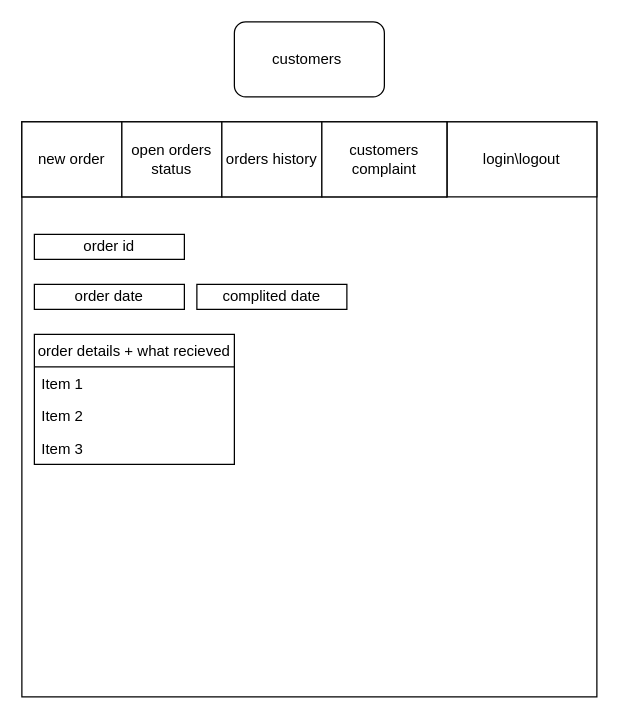
Above: page "customer: order history" (5 of 14) of Untitled Diagram.drawio in orber3/bootstrap (draw.io), before the change. Source tidied: cells renumbered, new cells numbered last; positions are measured from the earlier drawing's top-left corner, leaving out a move shared by most shapes. Both pictures are drawn from the tidied source at 125%, with x=0, y=0 at pixel (21, 21).
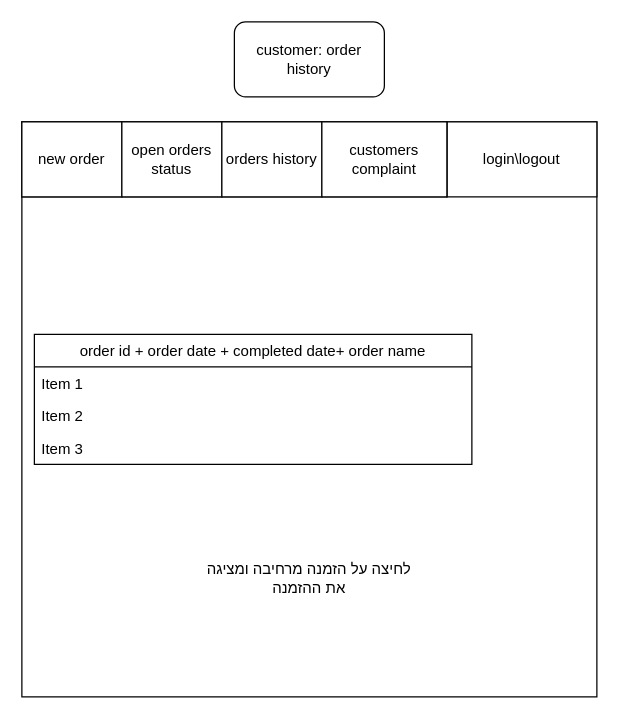
The same page after the edit.

The edit, as a diff of the source:
```diff
@@
 <mxGraphModel>
   <root>
     <mxCell id="0" />
     <mxCell id="1" parent="0" />
     <mxCell id="2" style="whiteSpace=wrap;html=1;" parent="1" vertex="1">
       <mxGeometry y="80" width="460" height="460" as="geometry" />
     </mxCell>
     <mxCell id="3" value="login\logout" style="rounded=0;whiteSpace=wrap;html=1;" parent="1" vertex="1">
       <mxGeometry x="340" y="80" width="120" height="60" as="geometry" />
     </mxCell>
     <mxCell id="4" style="rounded=0;whiteSpace=wrap;html=1;" parent="1" vertex="1">
       <mxGeometry y="80" width="340" height="60" as="geometry" />
     </mxCell>
     <mxCell id="5" value="new order" style="rounded=0;whiteSpace=wrap;html=1;" parent="1" vertex="1">
       <mxGeometry y="80" width="80" height="60" as="geometry" />
     </mxCell>
     <mxCell id="6" value="open orders status" style="rounded=0;whiteSpace=wrap;html=1;" parent="1" vertex="1">
       <mxGeometry x="80" y="80" width="80" height="60" as="geometry" />
     </mxCell>
     <mxCell id="7" value="orders history" style="rounded=0;whiteSpace=wrap;html=1;" parent="1" vertex="1">
       <mxGeometry x="160" y="80" width="80" height="60" as="geometry" />
     </mxCell>
-    <mxCell id="8" value="customers&amp;nbsp;" style="rounded=1;whiteSpace=wrap;html=1;" parent="1" vertex="1">
+    <mxCell id="8" value="customer: order history" style="rounded=1;whiteSpace=wrap;html=1;" parent="1" vertex="1">
       <mxGeometry x="170" width="120" height="60" as="geometry" />
     </mxCell>
     <mxCell id="9" value="customers complaint" style="rounded=0;whiteSpace=wrap;html=1;" parent="1" vertex="1">
       <mxGeometry x="240" y="80" width="100" height="60" as="geometry" />
     </mxCell>
-    <mxCell id="10" value="order id" style="rounded=1;whiteSpace=wrap;html=1;arcSize=0;" parent="1" vertex="1">
-      <mxGeometry x="10" y="170" width="120" height="20" as="geometry" />
-    </mxCell>
-    <mxCell id="11" value="order date" style="rounded=1;whiteSpace=wrap;html=1;arcSize=0;" parent="1" vertex="1">
-      <mxGeometry x="10" y="210" width="120" height="20" as="geometry" />
-    </mxCell>
-    <mxCell id="12" value="order details + what recieved" style="swimlane;fontStyle=0;horizontal=1;startSize=26;fillColor=none;" parent="1" vertex="1">
-      <mxGeometry x="10" y="250" width="160" height="104" as="geometry" />
+    <mxCell id="12" value="order id + order date + completed date+ order name" style="swimlane;fontStyle=0;horizontal=1;startSize=26;fillColor=none;" parent="1" vertex="1">
+      <mxGeometry x="10" y="250" width="350" height="104" as="geometry" />
     </mxCell>
     <mxCell id="13" value="Item 1" style="text;strokeColor=none;fillColor=none;align=left;verticalAlign=top;spacingLeft=4;spacingRight=4;overflow=hidden;" parent="12" vertex="1">
-      <mxGeometry y="26" width="160" height="26" as="geometry" />
+      <mxGeometry y="26" width="350" height="26" as="geometry" />
     </mxCell>
     <mxCell id="14" value="Item 2" style="text;strokeColor=none;fillColor=none;align=left;verticalAlign=top;spacingLeft=4;spacingRight=4;overflow=hidden;" parent="12" vertex="1">
-      <mxGeometry y="52" width="160" height="26" as="geometry" />
+      <mxGeometry y="52" width="350" height="26" as="geometry" />
     </mxCell>
     <mxCell id="15" value="Item 3" style="text;strokeColor=none;fillColor=none;align=left;verticalAlign=top;spacingLeft=4;spacingRight=4;overflow=hidden;" parent="12" vertex="1">
-      <mxGeometry y="78" width="160" height="26" as="geometry" />
+      <mxGeometry y="78" width="350" height="26" as="geometry" />
     </mxCell>
-    <mxCell id="16" value="complited date" style="rounded=1;whiteSpace=wrap;html=1;arcSize=0;" parent="1" vertex="1">
-      <mxGeometry x="140" y="210" width="120" height="20" as="geometry" />
-    </mxCell>
+    <mxCell id="17" value="לחיצה על הזמנה מרחיבה ומציגה את ההזמנה" style="text;html=1;strokeColor=none;fillColor=none;align=center;verticalAlign=middle;whiteSpace=wrap;rounded=0;" parent="1" vertex="1">
+      <mxGeometry x="140" y="400" width="180" height="90" as="geometry" />
+    </mxCell>
   </root>
 </mxGraphModel>
```
